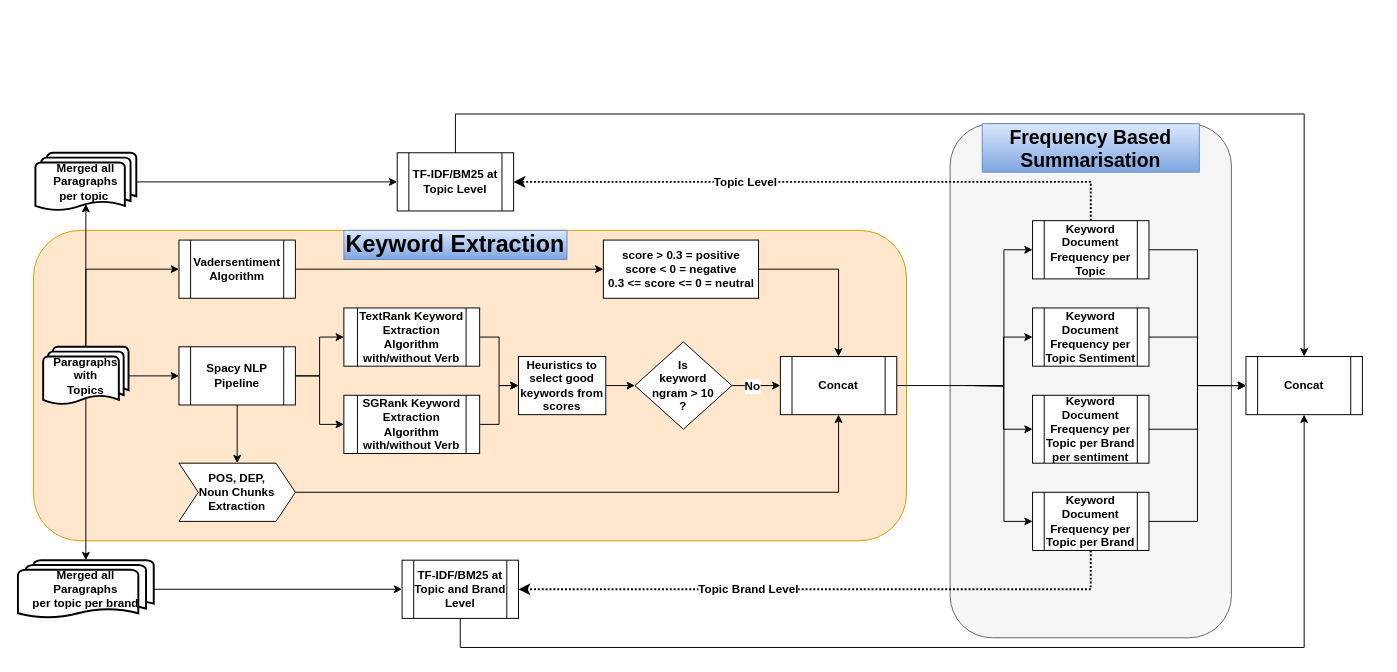
This is Keyword Extraction and Summarization Indepth.drawio from travel-code-sleep/darw_io_diagrams, a draw.io file, before an edit. Source tidied: cells renumbered, new cells numbered last; positions are measured from the earlier drawing's top-left corner, leaving out a move shared by most shapes. Both pictures are drawn from the tidied source at 97%, with x=0, y=0 at pixel (17, 113).
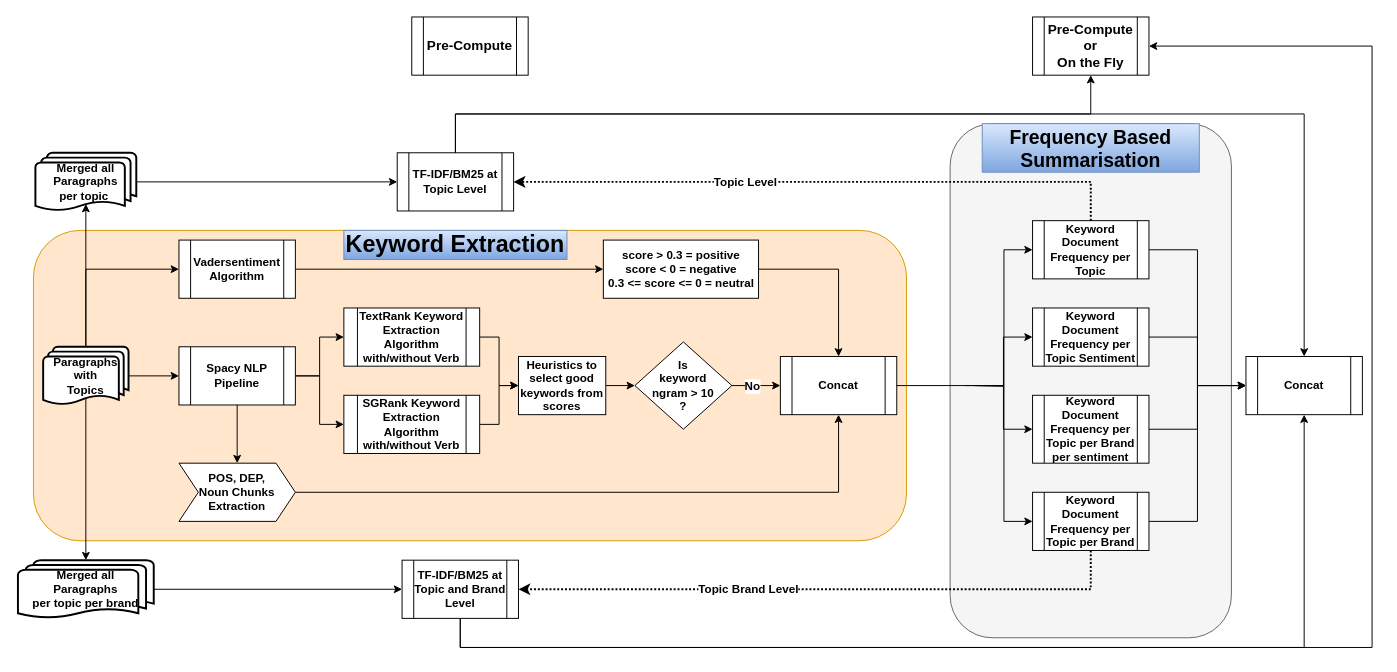
Above is the later version.

The change refers to these unchanged cells:
```xml
<mxCell id="28" value="&lt;span style=&quot;&quot;&gt;TF-IDF/BM25 at&lt;/span&gt;&lt;br style=&quot;&quot;&gt;&lt;span style=&quot;&quot;&gt;Topic and Brand Level&lt;/span&gt;" style="shape=process;whiteSpace=wrap;html=1;backgroundOutline=1;fontSize=12;fontStyle=1;" parent="1" vertex="1">
  <mxGeometry x="396" y="460" width="120" height="60" as="geometry" />
</mxCell>
<mxCell id="31" value="TF-IDF/BM25 at&lt;br&gt;Topic Level" style="shape=process;whiteSpace=wrap;html=1;backgroundOutline=1;fontSize=12;fontStyle=1;" parent="1" vertex="1">
  <mxGeometry x="391" y="40" width="120" height="60" as="geometry" />
</mxCell>
```

The edit, as a diff of the source:
```diff
@@
+    <mxCell id="56" style="edgeStyle=orthogonalEdgeStyle;rounded=0;jettySize=auto;html=1;exitX=0.5;exitY=1;exitDx=0;exitDy=0;fontSize=14;entryX=1;entryY=0.5;entryDx=0;entryDy=0;" parent="1" edge="1" source="28" target="59">
+      <mxGeometry relative="1" as="geometry">
+        <Array as="points">
+          <mxPoint x="456" y="550" />
+          <mxPoint x="1396" y="550" />
+          <mxPoint x="1396" y="-70" />
+        </Array>
+      </mxGeometry>
+    </mxCell>
@@
+    <mxCell id="57" style="edgeStyle=orthogonalEdgeStyle;rounded=0;jettySize=auto;html=1;exitX=0.5;exitY=0;exitDx=0;exitDy=0;entryX=0.5;entryY=1;entryDx=0;entryDy=0;fontSize=14;" parent="1" edge="1" source="31" target="59">
+      <mxGeometry relative="1" as="geometry">
+        <Array as="points">
+          <mxPoint x="451" />
+          <mxPoint x="1106" />
+        </Array>
+      </mxGeometry>
+    </mxCell>
@@
+    <mxCell id="58" value="&lt;b&gt;&lt;font style=&quot;font-size: 14px;&quot;&gt;Pre-Compute&lt;/font&gt;&lt;/b&gt;" style="shape=process;whiteSpace=wrap;html=1;backgroundOutline=1;" parent="1" vertex="1">
+      <mxGeometry x="406" y="-100" width="120" height="60" as="geometry" />
+    </mxCell>
+    <mxCell id="59" value="&lt;b style=&quot;font-size: 14px;&quot;&gt;Pre-Compute or&lt;br&gt;On the Fly&lt;/b&gt;" style="shape=process;whiteSpace=wrap;html=1;backgroundOutline=1;" parent="1" vertex="1">
+      <mxGeometry x="1046" y="-100" width="120" height="60" as="geometry" />
+    </mxCell>
```
